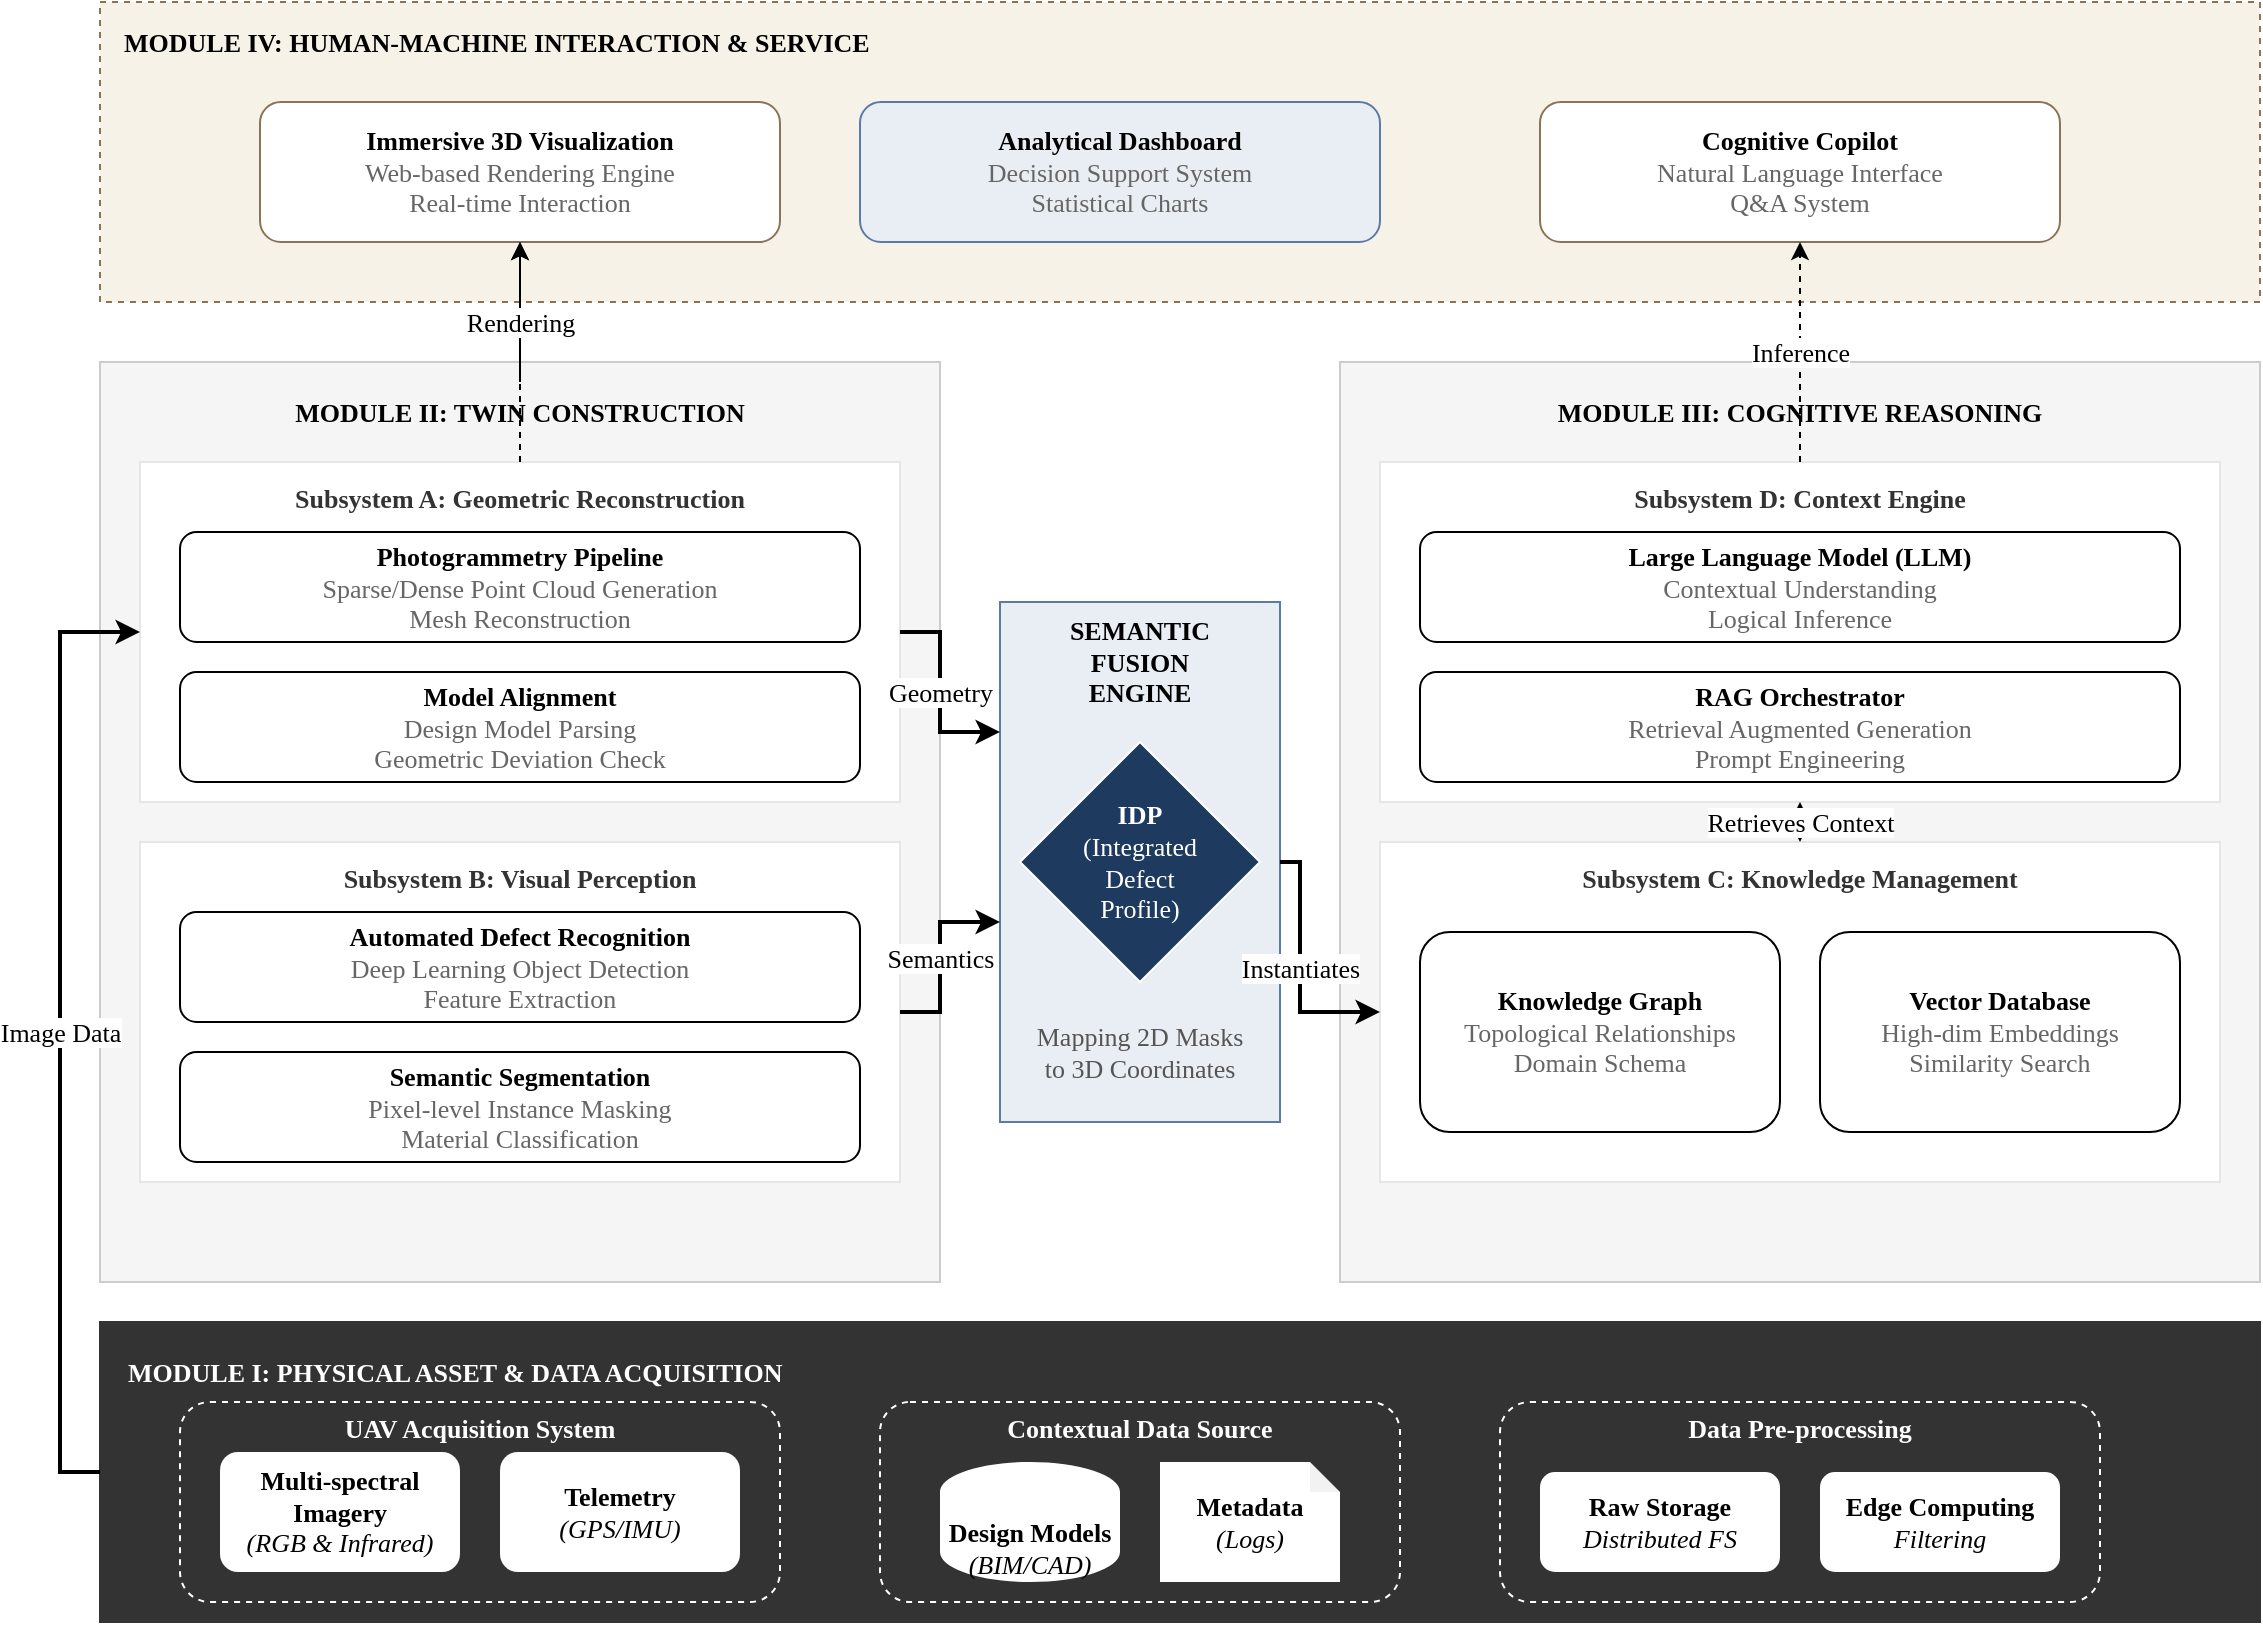
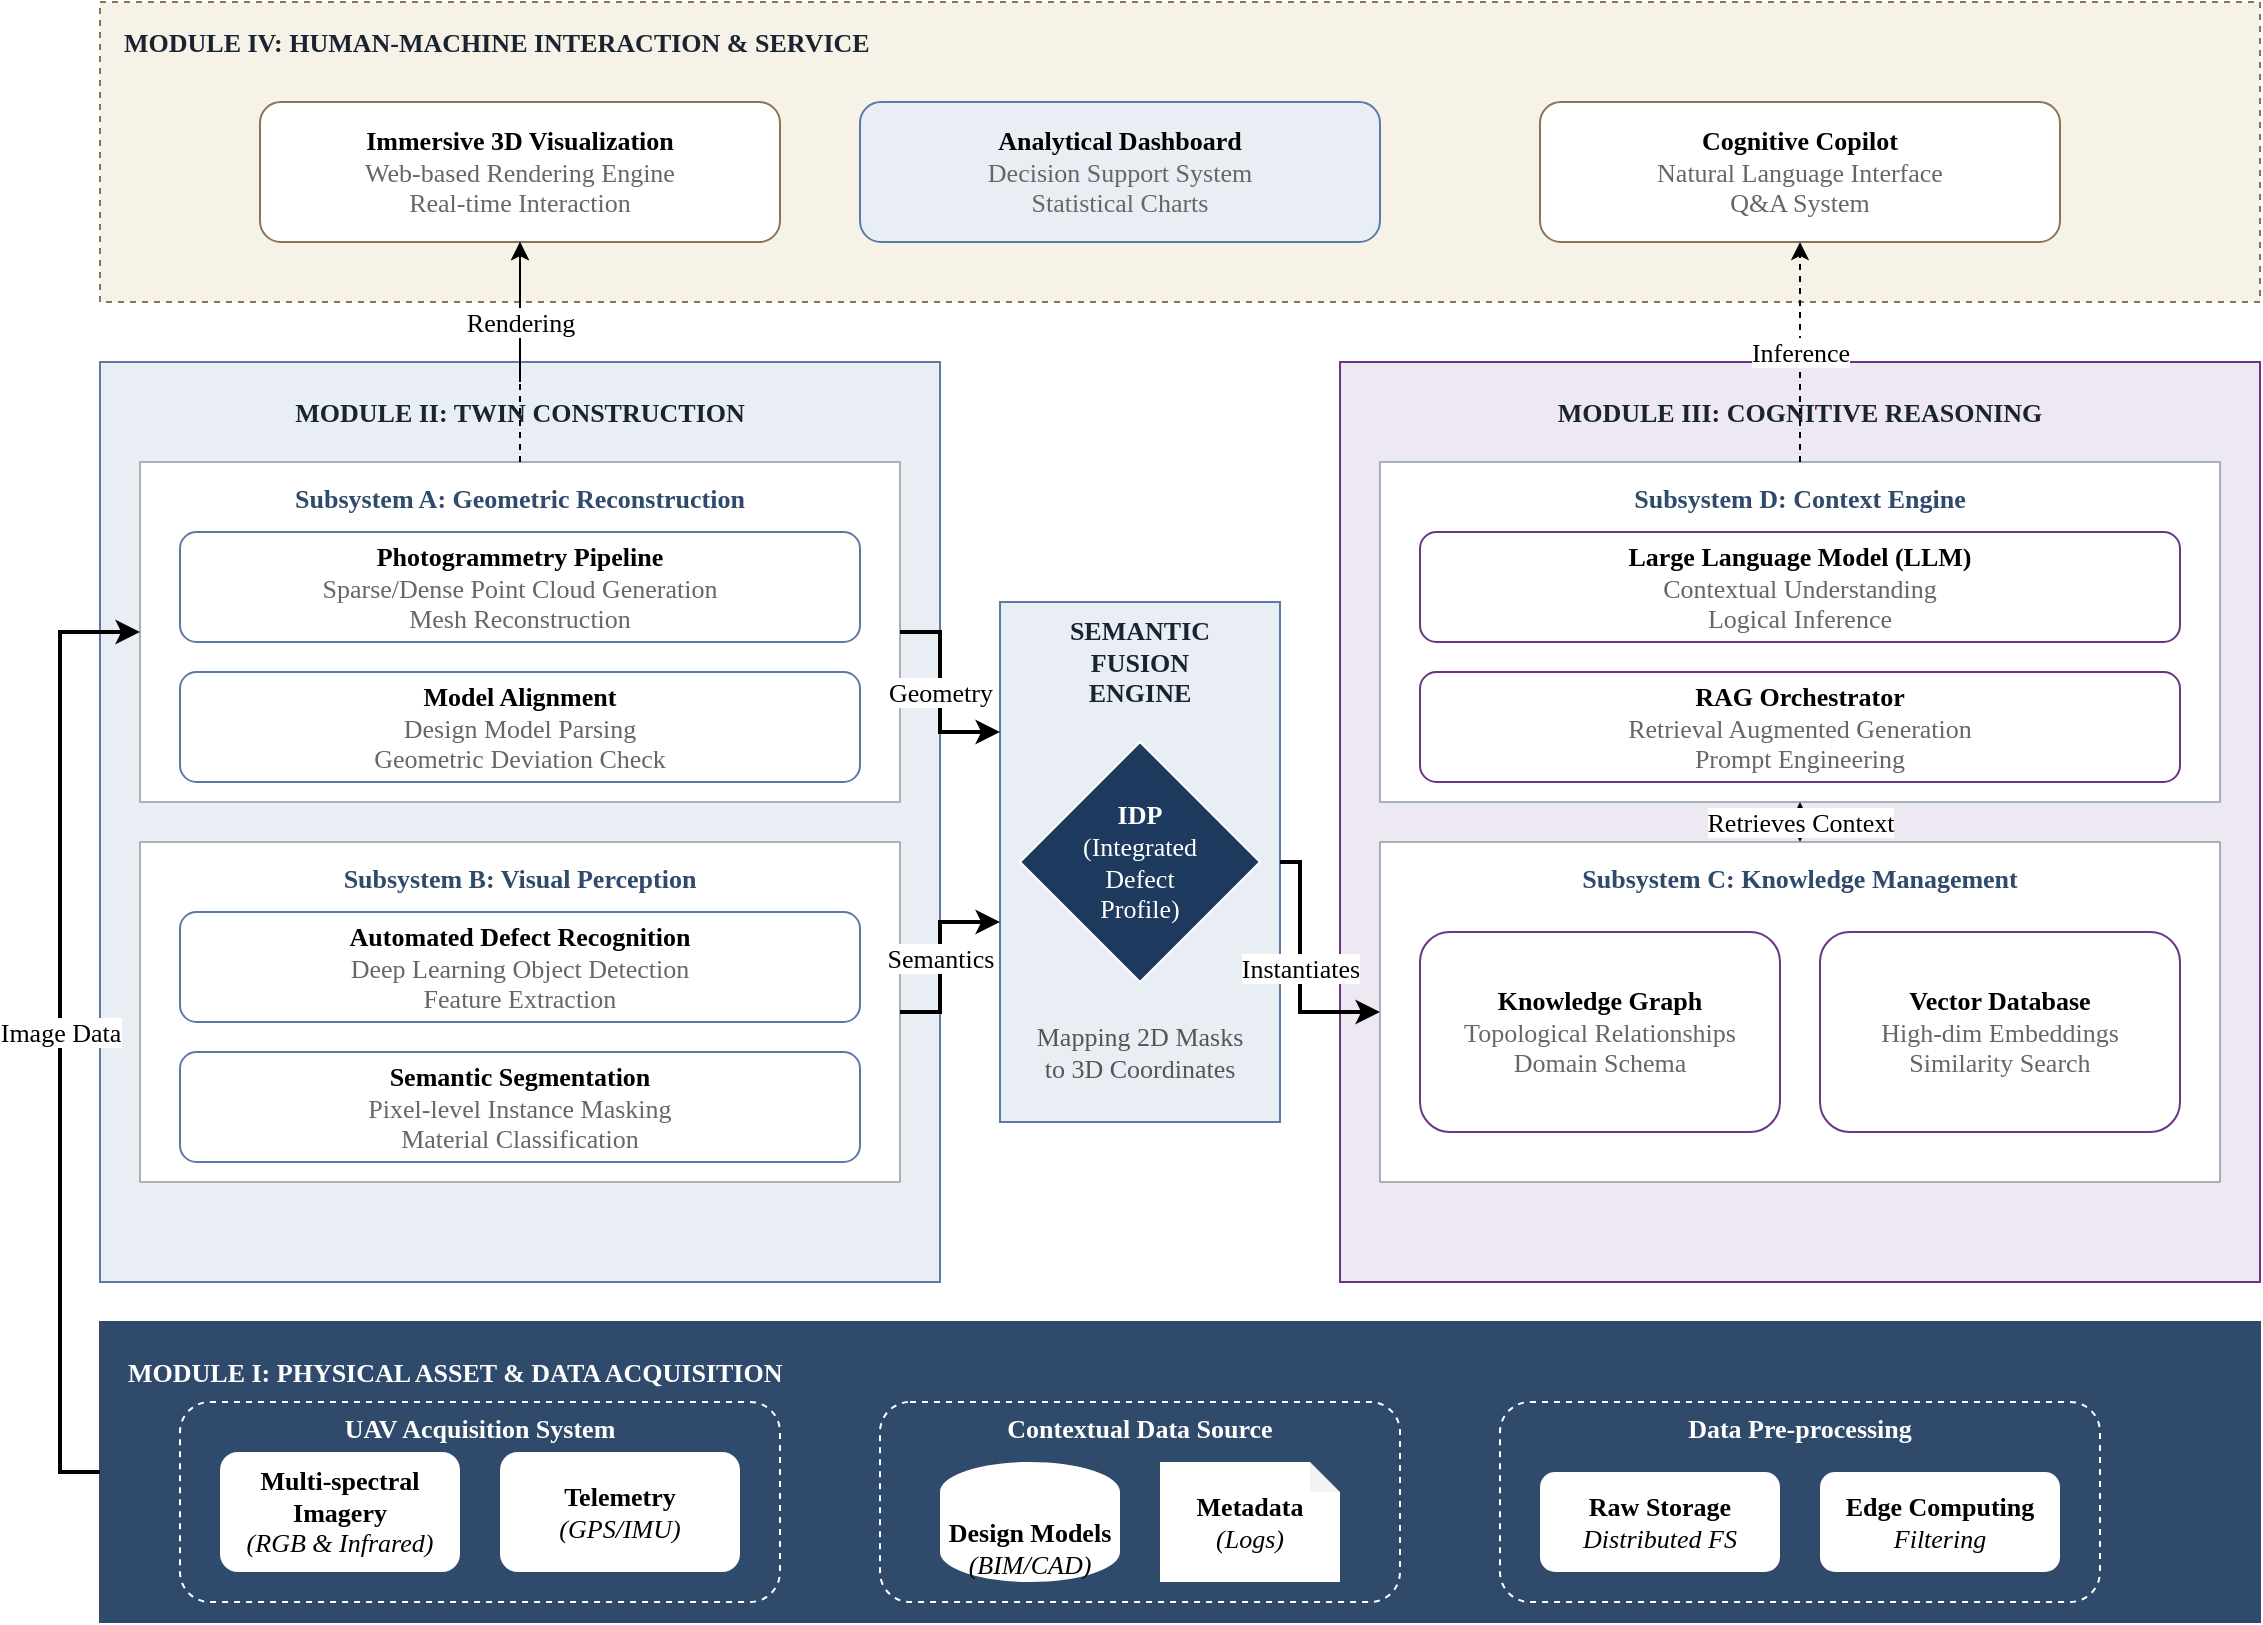
<mxfile host="Electron" agent="Mozilla/5.0 (Macintosh; Intel Mac OS X 10_15_7) AppleWebKit/537.36 (KHTML, like Gecko) draw.io/29.2.9 Chrome/140.0.7339.249 Electron/38.7.2 Safari/537.36" version="29.2.9">
  <diagram name="第 1 页" id="7_vjhqPGj1s4lU4p-eJ5">
    <mxGraphModel dx="530" dy="-233" grid="1" gridSize="10" guides="1" tooltips="1" connect="1" arrows="1" fold="1" page="1" pageScale="1" pageWidth="827" pageHeight="1169" math="0" shadow="0">
      <root>
        <mxCell id="0" />
        <mxCell id="1" parent="0" />
        <mxCell id="D5NGcvgCAcNfVg2UiYoK-236" parent="1" style="rounded=0;whiteSpace=wrap;html=1;fillColor=#F7F2E8;strokeColor=#8B7355;align=left;verticalAlign=top;spacingLeft=10;spacingTop=10;dashed=1;fontFamily=Times New Roman;fontSize=13;" value="" vertex="1">
          <mxGeometry height="150" width="1080" x="1040" y="1540" as="geometry" />
        </mxCell>
-         <mxCell id="D5NGcvgCAcNfVg2UiYoK-237" parent="1" style="text;html=1;strokeColor=none;fillColor=none;align=left;verticalAlign=middle;whiteSpace=wrap;rounded=0;fontFamily=Times New Roman;fontSize=13;fontColor=#000000;" value="&lt;b&gt;MODULE IV: HUMAN-MACHINE INTERACTION &amp;amp; SERVICE&lt;/b&gt;" vertex="1">
+         <mxCell id="D5NGcvgCAcNfVg2UiYoK-237" parent="1" style="text;html=1;strokeColor=none;fillColor=none;align=left;verticalAlign=middle;whiteSpace=wrap;rounded=0;fontFamily=Times New Roman;fontSize=13;fontColor=#1A2332;" value="&lt;b&gt;MODULE IV: HUMAN-MACHINE INTERACTION &amp;amp; SERVICE&lt;/b&gt;" vertex="1">
          <mxGeometry height="30" width="490" x="1050" y="1545" as="geometry" />
        </mxCell>
        <mxCell id="D5NGcvgCAcNfVg2UiYoK-238" parent="1" style="rounded=1;whiteSpace=wrap;html=1;fillColor=#ffffff;strokeColor=#8B7355;fontFamily=Times New Roman;fontSize=13;" value="&lt;b&gt;Immersive 3D Visualization&lt;/b&gt;&lt;br&gt;&lt;span style=&quot;color: rgb(102, 102, 102);&quot;&gt;Web-based Rendering Engine&lt;br&gt;Real-time Interaction&lt;/span&gt;" vertex="1">
          <mxGeometry height="70" width="260" x="1120" y="1590" as="geometry" />
        </mxCell>
        <mxCell id="D5NGcvgCAcNfVg2UiYoK-239" parent="1" style="rounded=1;whiteSpace=wrap;html=1;fillColor=#E8EEF4;strokeColor=#5B7BA6;fontFamily=Times New Roman;fontSize=13;" value="&lt;b&gt;Analytical Dashboard&lt;/b&gt;&lt;br&gt;&lt;span style=&quot;color: rgb(102, 102, 102);&quot;&gt;Decision Support System&lt;br&gt;Statistical Charts&lt;/span&gt;" vertex="1">
          <mxGeometry height="70" width="260" x="1420" y="1590" as="geometry" />
        </mxCell>
        <mxCell id="D5NGcvgCAcNfVg2UiYoK-240" parent="1" style="rounded=1;whiteSpace=wrap;html=1;fillColor=#ffffff;strokeColor=#8B7355;fontFamily=Times New Roman;fontSize=13;" value="&lt;b&gt;Cognitive Copilot&lt;/b&gt;&lt;br&gt;&lt;span style=&quot;color: rgb(102, 102, 102);&quot;&gt;Natural Language Interface&lt;br&gt;Q&amp;amp;A System&lt;/span&gt;" vertex="1">
          <mxGeometry height="70" width="260" x="1760" y="1590" as="geometry" />
        </mxCell>
-         <mxCell id="D5NGcvgCAcNfVg2UiYoK-241" parent="1" style="rounded=0;whiteSpace=wrap;html=1;fillColor=#f5f5f5;strokeColor=#cccccc;align=left;verticalAlign=top;spacingLeft=10;spacingTop=10;fontFamily=Times New Roman;fontSize=13;" value="" vertex="1">
+         <mxCell id="D5NGcvgCAcNfVg2UiYoK-241" parent="1" style="rounded=0;whiteSpace=wrap;html=1;fillColor=#E8EEF4;strokeColor=#5B7BA6;align=left;verticalAlign=top;spacingLeft=10;spacingTop=10;fontFamily=Times New Roman;fontSize=13;" value="" vertex="1">
          <mxGeometry height="460" width="420" x="1040" y="1720" as="geometry" />
        </mxCell>
        <mxCell id="D5NGcvgCAcNfVg2UiYoK-242" edge="1" parent="1" source="D5NGcvgCAcNfVg2UiYoK-243" style="edgeStyle=orthogonalEdgeStyle;rounded=0;orthogonalLoop=1;jettySize=auto;html=1;" target="D5NGcvgCAcNfVg2UiYoK-238" value="">
          <mxGeometry relative="1" as="geometry" />
        </mxCell>
-         <mxCell id="D5NGcvgCAcNfVg2UiYoK-243" parent="1" style="text;html=1;strokeColor=none;fillColor=none;align=center;verticalAlign=middle;whiteSpace=wrap;rounded=0;fontFamily=Times New Roman;fontSize=13;fontColor=#000000;" value="&lt;b&gt;MODULE II: TWIN CONSTRUCTION&lt;/b&gt;" vertex="1">
+         <mxCell id="D5NGcvgCAcNfVg2UiYoK-243" parent="1" style="text;html=1;strokeColor=none;fillColor=none;align=center;verticalAlign=middle;whiteSpace=wrap;rounded=0;fontFamily=Times New Roman;fontSize=13;fontColor=#1A2332;" value="&lt;b&gt;MODULE II: TWIN CONSTRUCTION&lt;/b&gt;" vertex="1">
          <mxGeometry height="30" width="420" x="1040" y="1730" as="geometry" />
        </mxCell>
-         <mxCell id="D5NGcvgCAcNfVg2UiYoK-244" parent="1" style="rounded=0;whiteSpace=wrap;html=1;fillColor=#ffffff;strokeColor=#e6e6e6;align=left;verticalAlign=top;fontFamily=Times New Roman;fontSize=13;" value="" vertex="1">
+         <mxCell id="D5NGcvgCAcNfVg2UiYoK-244" parent="1" style="rounded=0;whiteSpace=wrap;html=1;fillColor=#ffffff;strokeColor=#A8B0B8;align=left;verticalAlign=top;fontFamily=Times New Roman;fontSize=13;" value="" vertex="1">
          <mxGeometry height="170" width="380" x="1060" y="1770" as="geometry" />
        </mxCell>
-         <mxCell id="D5NGcvgCAcNfVg2UiYoK-245" parent="1" style="text;html=1;strokeColor=none;fillColor=none;align=center;verticalAlign=middle;whiteSpace=wrap;rounded=0;fontFamily=Times New Roman;fontSize=13;fontColor=#333333;" value="&lt;b&gt;Subsystem A: Geometric Reconstruction&lt;/b&gt;" vertex="1">
+         <mxCell id="D5NGcvgCAcNfVg2UiYoK-245" parent="1" style="text;html=1;strokeColor=none;fillColor=none;align=center;verticalAlign=middle;whiteSpace=wrap;rounded=0;fontFamily=Times New Roman;fontSize=13;fontColor=#2F4A6A;" value="&lt;b&gt;Subsystem A: Geometric Reconstruction&lt;/b&gt;" vertex="1">
          <mxGeometry height="25" width="380" x="1060" y="1775" as="geometry" />
        </mxCell>
-         <mxCell id="D5NGcvgCAcNfVg2UiYoK-246" parent="1" style="rounded=1;whiteSpace=wrap;html=1;fillColor=#ffffff;strokeColor=#000000;fontFamily=Times New Roman;fontSize=13;" value="&lt;b&gt;Photogrammetry Pipeline&lt;/b&gt;&lt;br&gt;&lt;span style=&quot;color: rgb(102, 102, 102);&quot;&gt;Sparse/Dense Point Cloud Generation&lt;br&gt;Mesh Reconstruction&lt;/span&gt;" vertex="1">
+         <mxCell id="D5NGcvgCAcNfVg2UiYoK-246" parent="1" style="rounded=1;whiteSpace=wrap;html=1;fillColor=#ffffff;strokeColor=#5B7BA6;fontFamily=Times New Roman;fontSize=13;" value="&lt;b&gt;Photogrammetry Pipeline&lt;/b&gt;&lt;br&gt;&lt;span style=&quot;color: rgb(102, 102, 102);&quot;&gt;Sparse/Dense Point Cloud Generation&lt;br&gt;Mesh Reconstruction&lt;/span&gt;" vertex="1">
          <mxGeometry height="55" width="340" x="1080" y="1805" as="geometry" />
        </mxCell>
-         <mxCell id="D5NGcvgCAcNfVg2UiYoK-247" parent="1" style="rounded=1;whiteSpace=wrap;html=1;fillColor=#ffffff;strokeColor=#000000;fontFamily=Times New Roman;fontSize=13;" value="&lt;b&gt;Model Alignment&lt;/b&gt;&lt;br&gt;&lt;span style=&quot;color: rgb(102, 102, 102);&quot;&gt;Design Model Parsing&lt;br&gt;Geometric Deviation Check&lt;/span&gt;" vertex="1">
+         <mxCell id="D5NGcvgCAcNfVg2UiYoK-247" parent="1" style="rounded=1;whiteSpace=wrap;html=1;fillColor=#ffffff;strokeColor=#5B7BA6;fontFamily=Times New Roman;fontSize=13;" value="&lt;b&gt;Model Alignment&lt;/b&gt;&lt;br&gt;&lt;span style=&quot;color: rgb(102, 102, 102);&quot;&gt;Design Model Parsing&lt;br&gt;Geometric Deviation Check&lt;/span&gt;" vertex="1">
          <mxGeometry height="55" width="340" x="1080" y="1875" as="geometry" />
        </mxCell>
-         <mxCell id="D5NGcvgCAcNfVg2UiYoK-248" parent="1" style="rounded=0;whiteSpace=wrap;html=1;fillColor=#ffffff;strokeColor=#e6e6e6;align=left;verticalAlign=top;fontFamily=Times New Roman;fontSize=13;" value="" vertex="1">
+         <mxCell id="D5NGcvgCAcNfVg2UiYoK-248" parent="1" style="rounded=0;whiteSpace=wrap;html=1;fillColor=#ffffff;strokeColor=#A8B0B8;align=left;verticalAlign=top;fontFamily=Times New Roman;fontSize=13;" value="" vertex="1">
          <mxGeometry height="170" width="380" x="1060" y="1960" as="geometry" />
        </mxCell>
-         <mxCell id="D5NGcvgCAcNfVg2UiYoK-249" parent="1" style="text;html=1;strokeColor=none;fillColor=none;align=center;verticalAlign=middle;whiteSpace=wrap;rounded=0;fontFamily=Times New Roman;fontSize=13;fontColor=#333333;" value="&lt;b&gt;Subsystem B: Visual Perception&lt;/b&gt;" vertex="1">
+         <mxCell id="D5NGcvgCAcNfVg2UiYoK-249" parent="1" style="text;html=1;strokeColor=none;fillColor=none;align=center;verticalAlign=middle;whiteSpace=wrap;rounded=0;fontFamily=Times New Roman;fontSize=13;fontColor=#2F4A6A;" value="&lt;b&gt;Subsystem B: Visual Perception&lt;/b&gt;" vertex="1">
          <mxGeometry height="25" width="380" x="1060" y="1965" as="geometry" />
        </mxCell>
-         <mxCell id="D5NGcvgCAcNfVg2UiYoK-250" parent="1" style="rounded=1;whiteSpace=wrap;html=1;fillColor=#ffffff;strokeColor=#000000;fontFamily=Times New Roman;fontSize=13;" value="&lt;b&gt;Automated Defect Recognition&lt;/b&gt;&lt;br&gt;&lt;span style=&quot;color: rgb(102, 102, 102);&quot;&gt;Deep Learning Object Detection&lt;br&gt;Feature Extraction&lt;/span&gt;" vertex="1">
+         <mxCell id="D5NGcvgCAcNfVg2UiYoK-250" parent="1" style="rounded=1;whiteSpace=wrap;html=1;fillColor=#ffffff;strokeColor=#5B7BA6;fontFamily=Times New Roman;fontSize=13;" value="&lt;b&gt;Automated Defect Recognition&lt;/b&gt;&lt;br&gt;&lt;span style=&quot;color: rgb(102, 102, 102);&quot;&gt;Deep Learning Object Detection&lt;br&gt;Feature Extraction&lt;/span&gt;" vertex="1">
          <mxGeometry height="55" width="340" x="1080" y="1995" as="geometry" />
        </mxCell>
-         <mxCell id="D5NGcvgCAcNfVg2UiYoK-251" parent="1" style="rounded=1;whiteSpace=wrap;html=1;fillColor=#ffffff;strokeColor=#000000;fontFamily=Times New Roman;fontSize=13;" value="&lt;b&gt;Semantic Segmentation&lt;/b&gt;&lt;br&gt;&lt;span style=&quot;color: rgb(102, 102, 102);&quot;&gt;Pixel-level Instance Masking&lt;br&gt;Material Classification&lt;/span&gt;" vertex="1">
+         <mxCell id="D5NGcvgCAcNfVg2UiYoK-251" parent="1" style="rounded=1;whiteSpace=wrap;html=1;fillColor=#ffffff;strokeColor=#5B7BA6;fontFamily=Times New Roman;fontSize=13;" value="&lt;b&gt;Semantic Segmentation&lt;/b&gt;&lt;br&gt;&lt;span style=&quot;color: rgb(102, 102, 102);&quot;&gt;Pixel-level Instance Masking&lt;br&gt;Material Classification&lt;/span&gt;" vertex="1">
          <mxGeometry height="55" width="340" x="1080" y="2065" as="geometry" />
        </mxCell>
        <mxCell id="D5NGcvgCAcNfVg2UiYoK-252" parent="1" style="rounded=0;whiteSpace=wrap;html=1;fillColor=#E8EEF4;strokeColor=#5B7BA6;align=center;verticalAlign=middle;fontFamily=Times New Roman;fontSize=13;" value="" vertex="1">
          <mxGeometry height="260" width="140" x="1490" y="1840" as="geometry" />
        </mxCell>
-         <mxCell id="D5NGcvgCAcNfVg2UiYoK-253" parent="1" style="text;html=1;strokeColor=none;fillColor=none;align=center;verticalAlign=middle;whiteSpace=wrap;rounded=0;fontFamily=Times New Roman;fontSize=13;fontColor=#000000;" value="&lt;b&gt;SEMANTIC&lt;br&gt;FUSION&lt;br&gt;ENGINE&lt;/b&gt;" vertex="1">
+         <mxCell id="D5NGcvgCAcNfVg2UiYoK-253" parent="1" style="text;html=1;strokeColor=none;fillColor=none;align=center;verticalAlign=middle;whiteSpace=wrap;rounded=0;fontFamily=Times New Roman;fontSize=13;fontColor=#1A2332;" value="&lt;b&gt;SEMANTIC&lt;br&gt;FUSION&lt;br&gt;ENGINE&lt;/b&gt;" vertex="1">
          <mxGeometry height="40" width="140" x="1490" y="1850" as="geometry" />
        </mxCell>
        <mxCell id="D5NGcvgCAcNfVg2UiYoK-254" parent="1" style="shape=rhombus;whiteSpace=wrap;html=1;fillColor=#1E3A5F;strokeColor=#ffffff;fontFamily=Times New Roman;fontColor=#ffffff;fontStyle=0;fontSize=13;" value="&lt;b&gt;IDP&lt;/b&gt;&lt;br&gt;&lt;span&gt;(Integrated&lt;br&gt;Defect&lt;br&gt;Profile)&lt;/span&gt;" vertex="1">
          <mxGeometry height="120" width="120" x="1500" y="1910" as="geometry" />
        </mxCell>
        <mxCell id="D5NGcvgCAcNfVg2UiYoK-255" parent="1" style="text;html=1;strokeColor=none;fillColor=none;align=center;verticalAlign=middle;whiteSpace=wrap;rounded=0;fontFamily=Times New Roman;fontSize=13;" value="&lt;span style=&quot;color: rgb(85, 85, 85);&quot;&gt;Mapping 2D Masks&lt;br&gt;to 3D Coordinates&lt;/span&gt;" vertex="1">
          <mxGeometry height="30" width="140" x="1490" y="2050" as="geometry" />
        </mxCell>
-         <mxCell id="D5NGcvgCAcNfVg2UiYoK-256" parent="1" style="rounded=0;whiteSpace=wrap;html=1;fillColor=#f5f5f5;strokeColor=#cccccc;align=left;verticalAlign=top;spacingLeft=10;spacingTop=10;fontFamily=Times New Roman;fontSize=13;" value="" vertex="1">
+         <mxCell id="D5NGcvgCAcNfVg2UiYoK-256" parent="1" style="rounded=0;whiteSpace=wrap;html=1;fillColor=#EEE8F2;strokeColor=#6C3483;align=left;verticalAlign=top;spacingLeft=10;spacingTop=10;fontFamily=Times New Roman;fontSize=13;" value="" vertex="1">
          <mxGeometry height="460" width="460" x="1660" y="1720" as="geometry" />
        </mxCell>
-         <mxCell id="D5NGcvgCAcNfVg2UiYoK-257" parent="1" style="text;html=1;strokeColor=none;fillColor=none;align=center;verticalAlign=middle;whiteSpace=wrap;rounded=0;fontFamily=Times New Roman;fontSize=13;fontColor=#000000;" value="&lt;b&gt;MODULE III: COGNITIVE REASONING&lt;/b&gt;" vertex="1">
+         <mxCell id="D5NGcvgCAcNfVg2UiYoK-257" parent="1" style="text;html=1;strokeColor=none;fillColor=none;align=center;verticalAlign=middle;whiteSpace=wrap;rounded=0;fontFamily=Times New Roman;fontSize=13;fontColor=#1A2332;" value="&lt;b&gt;MODULE III: COGNITIVE REASONING&lt;/b&gt;" vertex="1">
          <mxGeometry height="30" width="460" x="1660" y="1730" as="geometry" />
        </mxCell>
-         <mxCell id="D5NGcvgCAcNfVg2UiYoK-258" parent="1" style="rounded=0;whiteSpace=wrap;html=1;fillColor=#ffffff;strokeColor=#e6e6e6;align=left;verticalAlign=top;fontFamily=Times New Roman;fontSize=13;" value="" vertex="1">
+         <mxCell id="D5NGcvgCAcNfVg2UiYoK-258" parent="1" style="rounded=0;whiteSpace=wrap;html=1;fillColor=#ffffff;strokeColor=#A8B0B8;align=left;verticalAlign=top;fontFamily=Times New Roman;fontSize=13;" value="" vertex="1">
          <mxGeometry height="170" width="420" x="1680" y="1770" as="geometry" />
        </mxCell>
-         <mxCell id="D5NGcvgCAcNfVg2UiYoK-259" parent="1" style="text;html=1;strokeColor=none;fillColor=none;align=center;verticalAlign=middle;whiteSpace=wrap;rounded=0;fontFamily=Times New Roman;fontSize=13;fontColor=#333333;" value="&lt;b&gt;Subsystem D: Context Engine&lt;/b&gt;" vertex="1">
+         <mxCell id="D5NGcvgCAcNfVg2UiYoK-259" parent="1" style="text;html=1;strokeColor=none;fillColor=none;align=center;verticalAlign=middle;whiteSpace=wrap;rounded=0;fontFamily=Times New Roman;fontSize=13;fontColor=#2F4A6A;" value="&lt;b&gt;Subsystem D: Context Engine&lt;/b&gt;" vertex="1">
          <mxGeometry height="25" width="420" x="1680" y="1775" as="geometry" />
        </mxCell>
-         <mxCell id="D5NGcvgCAcNfVg2UiYoK-260" parent="1" style="rounded=1;whiteSpace=wrap;html=1;fillColor=#ffffff;strokeColor=#000000;fontFamily=Times New Roman;fontSize=13;" value="&lt;b&gt;Large Language Model (LLM)&lt;/b&gt;&lt;br&gt;&lt;span style=&quot;color: rgb(102, 102, 102);&quot;&gt;Contextual Understanding&lt;br&gt;Logical Inference&lt;/span&gt;" vertex="1">
+         <mxCell id="D5NGcvgCAcNfVg2UiYoK-260" parent="1" style="rounded=1;whiteSpace=wrap;html=1;fillColor=#ffffff;strokeColor=#6C3483;fontFamily=Times New Roman;fontSize=13;" value="&lt;b&gt;Large Language Model (LLM)&lt;/b&gt;&lt;br&gt;&lt;span style=&quot;color: rgb(102, 102, 102);&quot;&gt;Contextual Understanding&lt;br&gt;Logical Inference&lt;/span&gt;" vertex="1">
          <mxGeometry height="55" width="380" x="1700" y="1805" as="geometry" />
        </mxCell>
-         <mxCell id="D5NGcvgCAcNfVg2UiYoK-261" parent="1" style="rounded=1;whiteSpace=wrap;html=1;fillColor=#ffffff;strokeColor=#000000;fontFamily=Times New Roman;fontSize=13;" value="&lt;b&gt;RAG Orchestrator&lt;/b&gt;&lt;br&gt;&lt;span style=&quot;color: rgb(102, 102, 102);&quot;&gt;Retrieval Augmented Generation&lt;br&gt;Prompt Engineering&lt;/span&gt;" vertex="1">
+         <mxCell id="D5NGcvgCAcNfVg2UiYoK-261" parent="1" style="rounded=1;whiteSpace=wrap;html=1;fillColor=#ffffff;strokeColor=#6C3483;fontFamily=Times New Roman;fontSize=13;" value="&lt;b&gt;RAG Orchestrator&lt;/b&gt;&lt;br&gt;&lt;span style=&quot;color: rgb(102, 102, 102);&quot;&gt;Retrieval Augmented Generation&lt;br&gt;Prompt Engineering&lt;/span&gt;" vertex="1">
          <mxGeometry height="55" width="380" x="1700" y="1875" as="geometry" />
        </mxCell>
-         <mxCell id="D5NGcvgCAcNfVg2UiYoK-262" parent="1" style="rounded=0;whiteSpace=wrap;html=1;fillColor=#ffffff;strokeColor=#e6e6e6;align=left;verticalAlign=top;fontFamily=Times New Roman;fontSize=13;" value="" vertex="1">
+         <mxCell id="D5NGcvgCAcNfVg2UiYoK-262" parent="1" style="rounded=0;whiteSpace=wrap;html=1;fillColor=#ffffff;strokeColor=#A8B0B8;align=left;verticalAlign=top;fontFamily=Times New Roman;fontSize=13;" value="" vertex="1">
          <mxGeometry height="170" width="420" x="1680" y="1960" as="geometry" />
        </mxCell>
-         <mxCell id="D5NGcvgCAcNfVg2UiYoK-263" parent="1" style="text;html=1;strokeColor=none;fillColor=none;align=center;verticalAlign=middle;whiteSpace=wrap;rounded=0;fontFamily=Times New Roman;fontSize=13;fontColor=#333333;" value="&lt;b&gt;Subsystem C: Knowledge Management&lt;/b&gt;" vertex="1">
+         <mxCell id="D5NGcvgCAcNfVg2UiYoK-263" parent="1" style="text;html=1;strokeColor=none;fillColor=none;align=center;verticalAlign=middle;whiteSpace=wrap;rounded=0;fontFamily=Times New Roman;fontSize=13;fontColor=#2F4A6A;" value="&lt;b&gt;Subsystem C: Knowledge Management&lt;/b&gt;" vertex="1">
          <mxGeometry height="25" width="420" x="1680" y="1965" as="geometry" />
        </mxCell>
-         <mxCell id="D5NGcvgCAcNfVg2UiYoK-264" parent="1" style="rounded=1;whiteSpace=wrap;html=1;fillColor=#ffffff;strokeColor=#000000;fontFamily=Times New Roman;fontSize=13;" value="&lt;b&gt;Knowledge Graph&lt;/b&gt;&lt;br&gt;&lt;span style=&quot;color: rgb(102, 102, 102);&quot;&gt;Topological Relationships&lt;br&gt;Domain Schema&lt;/span&gt;" vertex="1">
+         <mxCell id="D5NGcvgCAcNfVg2UiYoK-264" parent="1" style="rounded=1;whiteSpace=wrap;html=1;fillColor=#ffffff;strokeColor=#6C3483;fontFamily=Times New Roman;fontSize=13;" value="&lt;b&gt;Knowledge Graph&lt;/b&gt;&lt;br&gt;&lt;span style=&quot;color: rgb(102, 102, 102);&quot;&gt;Topological Relationships&lt;br&gt;Domain Schema&lt;/span&gt;" vertex="1">
          <mxGeometry height="100" width="180" x="1700" y="2005" as="geometry" />
        </mxCell>
-         <mxCell id="D5NGcvgCAcNfVg2UiYoK-265" parent="1" style="rounded=1;whiteSpace=wrap;html=1;fillColor=#ffffff;strokeColor=#000000;fontFamily=Times New Roman;fontSize=13;" value="&lt;b&gt;Vector Database&lt;/b&gt;&lt;br&gt;&lt;span style=&quot;color: rgb(102, 102, 102);&quot;&gt;High-dim Embeddings&lt;br&gt;Similarity Search&lt;/span&gt;" vertex="1">
+         <mxCell id="D5NGcvgCAcNfVg2UiYoK-265" parent="1" style="rounded=1;whiteSpace=wrap;html=1;fillColor=#ffffff;strokeColor=#6C3483;fontFamily=Times New Roman;fontSize=13;" value="&lt;b&gt;Vector Database&lt;/b&gt;&lt;br&gt;&lt;span style=&quot;color: rgb(102, 102, 102);&quot;&gt;High-dim Embeddings&lt;br&gt;Similarity Search&lt;/span&gt;" vertex="1">
          <mxGeometry height="100" width="180" x="1900" y="2005" as="geometry" />
        </mxCell>
-         <mxCell id="D5NGcvgCAcNfVg2UiYoK-266" parent="1" style="rounded=0;whiteSpace=wrap;html=1;fillColor=#333333;strokeColor=#333333;align=left;verticalAlign=top;spacingLeft=10;spacingTop=10;fontFamily=Times New Roman;fontSize=13;" value="" vertex="1">
+         <mxCell id="D5NGcvgCAcNfVg2UiYoK-266" parent="1" style="rounded=0;whiteSpace=wrap;html=1;fillColor=#2F4A6A;strokeColor=#2F4A6A;align=left;verticalAlign=top;spacingLeft=10;spacingTop=10;fontFamily=Times New Roman;fontSize=13;" value="" vertex="1">
          <mxGeometry height="150" width="1080" x="1040" y="2200" as="geometry" />
        </mxCell>
        <mxCell id="D5NGcvgCAcNfVg2UiYoK-267" parent="1" style="text;html=1;strokeColor=none;fillColor=none;align=left;verticalAlign=middle;whiteSpace=wrap;rounded=0;fontFamily=Times New Roman;fontSize=13;fontColor=#ffffff;" value="&lt;b&gt;MODULE I: PHYSICAL ASSET &amp;amp; DATA ACQUISITION&lt;/b&gt;" vertex="1">
          <mxGeometry height="30" width="450" x="1052" y="2210" as="geometry" />
        </mxCell>
        <mxCell id="D5NGcvgCAcNfVg2UiYoK-268" connectable="0" parent="1" style="group;fontFamily=Times New Roman;fontSize=13;" value="" vertex="1">
          <mxGeometry height="100" width="300" x="1080" y="2240" as="geometry" />
        </mxCell>
        <mxCell id="D5NGcvgCAcNfVg2UiYoK-269" parent="D5NGcvgCAcNfVg2UiYoK-268" style="rounded=1;whiteSpace=wrap;html=1;fillColor=none;strokeColor=#ffffff;dashed=1;fontFamily=Times New Roman;fontSize=13;" value="" vertex="1">
          <mxGeometry height="100" width="300" as="geometry" />
        </mxCell>
        <mxCell id="D5NGcvgCAcNfVg2UiYoK-270" parent="D5NGcvgCAcNfVg2UiYoK-268" style="text;html=1;strokeColor=none;fillColor=none;align=center;verticalAlign=middle;whiteSpace=wrap;rounded=0;fontFamily=Times New Roman;fontSize=13;fontColor=#ffffff;" value="&lt;b&gt;UAV Acquisition System&lt;/b&gt;" vertex="1">
          <mxGeometry height="15" width="300" y="5" as="geometry" />
        </mxCell>
        <mxCell id="D5NGcvgCAcNfVg2UiYoK-271" parent="D5NGcvgCAcNfVg2UiYoK-268" style="rounded=1;whiteSpace=wrap;html=1;fillColor=#ffffff;strokeColor=none;fontFamily=Times New Roman;fontSize=13;" value="&lt;b&gt;Multi-spectral Imagery&lt;/b&gt;&lt;br&gt;&lt;i&gt;(RGB &amp;amp; Infrared)&lt;/i&gt;" vertex="1">
          <mxGeometry height="60" width="120" x="20" y="25" as="geometry" />
        </mxCell>
        <mxCell id="D5NGcvgCAcNfVg2UiYoK-272" parent="D5NGcvgCAcNfVg2UiYoK-268" style="rounded=1;whiteSpace=wrap;html=1;fillColor=#ffffff;strokeColor=none;fontFamily=Times New Roman;fontSize=13;" value="&lt;b&gt;Telemetry&lt;/b&gt;&lt;br&gt;&lt;i&gt;(GPS/IMU)&lt;/i&gt;" vertex="1">
          <mxGeometry height="60" width="120" x="160" y="25" as="geometry" />
        </mxCell>
        <mxCell id="D5NGcvgCAcNfVg2UiYoK-273" connectable="0" parent="1" style="group;fontFamily=Times New Roman;fontSize=13;" value="" vertex="1">
          <mxGeometry height="100" width="260" x="1430" y="2240" as="geometry" />
        </mxCell>
        <mxCell id="D5NGcvgCAcNfVg2UiYoK-274" parent="D5NGcvgCAcNfVg2UiYoK-273" style="rounded=1;whiteSpace=wrap;html=1;fillColor=none;strokeColor=#ffffff;dashed=1;fontFamily=Times New Roman;fontSize=13;" value="" vertex="1">
          <mxGeometry height="100" width="260" as="geometry" />
        </mxCell>
        <mxCell id="D5NGcvgCAcNfVg2UiYoK-275" parent="D5NGcvgCAcNfVg2UiYoK-273" style="text;html=1;strokeColor=none;fillColor=none;align=center;verticalAlign=middle;whiteSpace=wrap;rounded=0;fontFamily=Times New Roman;fontSize=13;fontColor=#ffffff;" value="&lt;b&gt;Contextual Data Source&lt;/b&gt;" vertex="1">
          <mxGeometry height="15" width="260" y="5" as="geometry" />
        </mxCell>
        <mxCell id="D5NGcvgCAcNfVg2UiYoK-276" parent="D5NGcvgCAcNfVg2UiYoK-273" style="shape=cylinder3;whiteSpace=wrap;html=1;boundedLbl=1;backgroundOutline=1;size=15;fillColor=#ffffff;strokeColor=none;fontFamily=Times New Roman;fontSize=13;" value="&lt;b&gt;Design Models&lt;/b&gt;&lt;br&gt;&lt;i&gt;(BIM/CAD)&lt;/i&gt;" vertex="1">
          <mxGeometry height="60" width="90" x="30" y="30" as="geometry" />
        </mxCell>
        <mxCell id="D5NGcvgCAcNfVg2UiYoK-277" parent="D5NGcvgCAcNfVg2UiYoK-273" style="shape=note;whiteSpace=wrap;html=1;backgroundOutline=1;darkOpacity=0.05;fillColor=#ffffff;strokeColor=none;fontFamily=Times New Roman;fontSize=13;size=15" value="&lt;b&gt;Metadata&lt;/b&gt;&lt;br&gt;&lt;i&gt;(Logs)&lt;/i&gt;" vertex="1">
          <mxGeometry height="60" width="90" x="140" y="30" as="geometry" />
        </mxCell>
        <mxCell id="D5NGcvgCAcNfVg2UiYoK-278" connectable="0" parent="1" style="group;fontFamily=Times New Roman;fontSize=13;" value="" vertex="1">
          <mxGeometry height="100" width="300" x="1740" y="2240" as="geometry" />
        </mxCell>
        <mxCell id="D5NGcvgCAcNfVg2UiYoK-279" parent="D5NGcvgCAcNfVg2UiYoK-278" style="rounded=1;whiteSpace=wrap;html=1;fillColor=none;strokeColor=#ffffff;dashed=1;fontFamily=Times New Roman;fontSize=13;" value="" vertex="1">
          <mxGeometry height="100" width="300" as="geometry" />
        </mxCell>
        <mxCell id="D5NGcvgCAcNfVg2UiYoK-280" parent="D5NGcvgCAcNfVg2UiYoK-278" style="text;html=1;strokeColor=none;fillColor=none;align=center;verticalAlign=middle;whiteSpace=wrap;rounded=0;fontFamily=Times New Roman;fontSize=13;fontColor=#ffffff;" value="&lt;b&gt;Data Pre-processing&lt;/b&gt;" vertex="1">
          <mxGeometry height="15" width="300" y="5" as="geometry" />
        </mxCell>
        <mxCell id="D5NGcvgCAcNfVg2UiYoK-281" parent="D5NGcvgCAcNfVg2UiYoK-278" style="rounded=1;whiteSpace=wrap;html=1;fillColor=#ffffff;strokeColor=none;fontFamily=Times New Roman;fontSize=13;" value="&lt;b&gt;Raw Storage&lt;/b&gt;&lt;br&gt;&lt;i&gt;Distributed FS&lt;/i&gt;" vertex="1">
          <mxGeometry height="50" width="120" x="20" y="35" as="geometry" />
        </mxCell>
        <mxCell id="D5NGcvgCAcNfVg2UiYoK-282" parent="D5NGcvgCAcNfVg2UiYoK-278" style="rounded=1;whiteSpace=wrap;html=1;fillColor=#ffffff;strokeColor=none;fontFamily=Times New Roman;fontSize=13;" value="&lt;b&gt;Edge Computing&lt;/b&gt;&lt;br&gt;&lt;i&gt;Filtering&lt;/i&gt;" vertex="1">
          <mxGeometry height="50" width="120" x="160" y="35" as="geometry" />
        </mxCell>
        <mxCell id="D5NGcvgCAcNfVg2UiYoK-283" edge="1" parent="1" source="D5NGcvgCAcNfVg2UiYoK-266" style="edgeStyle=orthogonalEdgeStyle;rounded=0;html=1;entryX=0;entryY=0.5;exitX=0;exitY=0.5;strokeWidth=2;fontFamily=Times New Roman;fontSize=13;" target="D5NGcvgCAcNfVg2UiYoK-244" value="Image Data">
          <mxGeometry relative="1" as="geometry">
            <Array as="points">
              <mxPoint x="1040" y="2275" />
              <mxPoint x="1020" y="2275" />
              <mxPoint x="1020" y="1855" />
            </Array>
          </mxGeometry>
        </mxCell>
        <mxCell id="D5NGcvgCAcNfVg2UiYoK-284" edge="1" parent="1" source="D5NGcvgCAcNfVg2UiYoK-244" style="edgeStyle=orthogonalEdgeStyle;rounded=0;html=1;entryX=0;entryY=0.25;exitX=1;exitY=0.5;strokeWidth=2;fontFamily=Times New Roman;fontSize=13;" target="D5NGcvgCAcNfVg2UiYoK-252" value="Geometry">
          <mxGeometry relative="1" as="geometry">
            <Array as="points">
              <mxPoint x="1460" y="1855" />
              <mxPoint x="1460" y="1905" />
            </Array>
          </mxGeometry>
        </mxCell>
        <mxCell id="D5NGcvgCAcNfVg2UiYoK-285" edge="1" parent="1" source="D5NGcvgCAcNfVg2UiYoK-248" style="edgeStyle=orthogonalEdgeStyle;rounded=0;html=1;exitX=1;exitY=0.5;strokeWidth=2;fontFamily=Times New Roman;fontSize=13;" value="Semantics">
          <mxGeometry relative="1" as="geometry">
            <Array as="points">
              <mxPoint x="1460" y="2045" />
              <mxPoint x="1460" y="2000" />
              <mxPoint x="1490" y="2000" />
            </Array>
            <mxPoint x="1490" y="2000" as="targetPoint" />
          </mxGeometry>
        </mxCell>
        <mxCell id="D5NGcvgCAcNfVg2UiYoK-286" edge="1" parent="1" source="D5NGcvgCAcNfVg2UiYoK-252" style="edgeStyle=orthogonalEdgeStyle;rounded=0;html=1;entryX=0;entryY=0.5;exitX=1;exitY=0.5;strokeWidth=2;fontFamily=Times New Roman;fontSize=13;" target="D5NGcvgCAcNfVg2UiYoK-262" value="Instantiates">
          <mxGeometry relative="1" as="geometry">
            <Array as="points">
              <mxPoint x="1640" y="1970" />
              <mxPoint x="1640" y="2045" />
            </Array>
          </mxGeometry>
        </mxCell>
        <mxCell id="D5NGcvgCAcNfVg2UiYoK-287" edge="1" parent="1" source="D5NGcvgCAcNfVg2UiYoK-262" style="edgeStyle=orthogonalEdgeStyle;rounded=0;html=1;entryX=0.5;entryY=1;exitX=0.5;exitY=0;dashed=1;startArrow=classic;startFill=1;fontFamily=Times New Roman;fontSize=13;" target="D5NGcvgCAcNfVg2UiYoK-258" value="Retrieves Context">
          <mxGeometry relative="1" as="geometry" />
        </mxCell>
        <mxCell id="D5NGcvgCAcNfVg2UiYoK-288" edge="1" parent="1" source="D5NGcvgCAcNfVg2UiYoK-258" style="rounded=0;html=1;entryX=0.5;entryY=1;exitX=0.5;exitY=0;dashed=1;strokeWidth=1;fontFamily=Times New Roman;fontSize=13;" target="D5NGcvgCAcNfVg2UiYoK-240" value="Inference">
          <mxGeometry relative="1" as="geometry" />
        </mxCell>
        <mxCell id="D5NGcvgCAcNfVg2UiYoK-289" edge="1" parent="1" source="D5NGcvgCAcNfVg2UiYoK-244" style="edgeStyle=orthogonalEdgeStyle;rounded=0;html=1;entryX=0.5;entryY=1;exitX=0.5;exitY=0;dashed=1;strokeWidth=1;fontFamily=Times New Roman;fontSize=13;" target="D5NGcvgCAcNfVg2UiYoK-238" value="Rendering">
          <mxGeometry relative="1" x="0.2727" as="geometry">
            <mxPoint as="offset" />
            <Array as="points">
              <mxPoint x="1250" y="1700" />
              <mxPoint x="1250" y="1700" />
            </Array>
          </mxGeometry>
        </mxCell>
      </root>
    </mxGraphModel>
  </diagram>
</mxfile>
